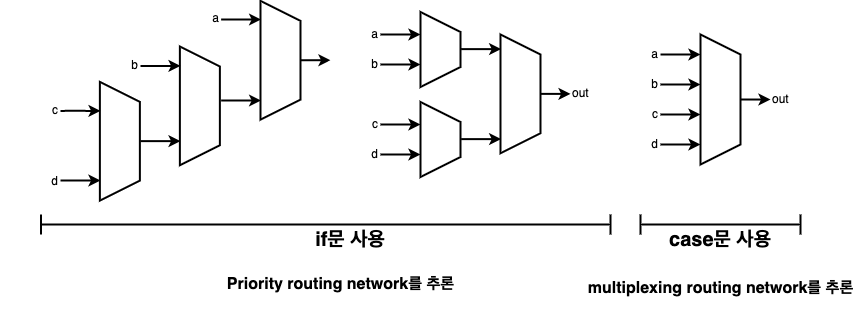
ParkDongho/ParkDongho.github.io keeps this draw.io diagram as assets/images/2021-12-21-verilogHDL_chapter3_combinational_logic/시스템_반도체_설계_3장-figure_10.drawio.png. Above is the earlier version. Source tidied: cells renumbered, new cells last; positions are measured from the earlier drawing's top-left corner, leaving out a move shared by most shapes.
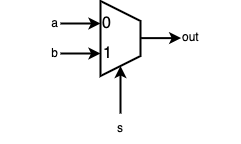
The same file after the commit.

What changed in the source:
```diff
@@ -1,198 +1,48 @@
 <mxGraphModel>
   <root>
-    <mxCell id="0" />
-    <mxCell id="1" parent="0" />
-    <mxCell id="2" style="edgeStyle=orthogonalEdgeStyle;rounded=0;jettySize=auto;html=1;exitX=0.5;exitY=0;exitDx=0;exitDy=0;strokeWidth=2;" parent="1" edge="1" source="3">
-      <mxGeometry relative="1" as="geometry">
-        <mxPoint x="770" y="95.9" as="targetPoint" />
-      </mxGeometry>
-    </mxCell>
-    <mxCell id="3" style="shape=trapezoid;perimeter=trapezoidPerimeter;whiteSpace=wrap;html=1;fixedSize=1;rotation=90;strokeWidth=2;" parent="1" vertex="1">
-      <mxGeometry x="655" y="76" width="130" height="40" as="geometry" />
-    </mxCell>
-    <mxCell id="4" style="edgeStyle=orthogonalEdgeStyle;rounded=0;jettySize=auto;html=1;exitX=1;exitY=0.5;exitDx=0;exitDy=0;strokeWidth=2;" parent="1" edge="1" source="5">
-      <mxGeometry relative="1" as="geometry">
-        <mxPoint x="700" y="51" as="targetPoint" />
-      </mxGeometry>
-    </mxCell>
-    <mxCell id="5" value="a" style="text;html=1;strokeColor=none;fillColor=none;align=right;verticalAlign=middle;whiteSpace=wrap;rounded=0;" parent="1" vertex="1">
-      <mxGeometry x="600" y="36" width="60" height="30" as="geometry" />
-    </mxCell>
-    <mxCell id="6" style="edgeStyle=orthogonalEdgeStyle;rounded=0;jettySize=auto;html=1;exitX=1;exitY=0.5;exitDx=0;exitDy=0;strokeWidth=2;" parent="1" edge="1" source="7">
-      <mxGeometry relative="1" as="geometry">
-        <mxPoint x="700" y="81" as="targetPoint" />
-      </mxGeometry>
-    </mxCell>
-    <mxCell id="7" value="b" style="text;html=1;strokeColor=none;fillColor=none;align=right;verticalAlign=middle;whiteSpace=wrap;rounded=0;" parent="1" vertex="1">
-      <mxGeometry x="600" y="66" width="60" height="30" as="geometry" />
-    </mxCell>
-    <mxCell id="8" style="edgeStyle=orthogonalEdgeStyle;rounded=0;jettySize=auto;html=1;exitX=1;exitY=0.5;exitDx=0;exitDy=0;strokeWidth=2;" parent="1" edge="1" source="9">
-      <mxGeometry relative="1" as="geometry">
-        <mxPoint x="700" y="111" as="targetPoint" />
-      </mxGeometry>
-    </mxCell>
-    <mxCell id="9" value="c" style="text;html=1;strokeColor=none;fillColor=none;align=right;verticalAlign=middle;whiteSpace=wrap;rounded=0;" parent="1" vertex="1">
-      <mxGeometry x="600" y="96" width="60" height="30" as="geometry" />
-    </mxCell>
-    <mxCell id="10" style="edgeStyle=orthogonalEdgeStyle;rounded=0;jettySize=auto;html=1;exitX=1;exitY=0.5;exitDx=0;exitDy=0;strokeWidth=2;" parent="1" edge="1" source="11">
-      <mxGeometry relative="1" as="geometry">
-        <mxPoint x="700" y="141" as="targetPoint" />
-      </mxGeometry>
-    </mxCell>
-    <mxCell id="11" value="d" style="text;html=1;strokeColor=none;fillColor=none;align=right;verticalAlign=middle;whiteSpace=wrap;rounded=0;" parent="1" vertex="1">
-      <mxGeometry x="600" y="126" width="60" height="30" as="geometry" />
-    </mxCell>
+    <mxCell id="48" />
+    <mxCell id="49" parent="48" />
-    <mxCell id="12" style="shape=trapezoid;perimeter=trapezoidPerimeter;whiteSpace=wrap;html=1;fixedSize=1;rotation=90;strokeWidth=2;" parent="1" vertex="1">
+    <mxCell id="12" style="shape=trapezoid;perimeter=trapezoidPerimeter;whiteSpace=wrap;html=1;fixedSize=1;rotation=90;strokeWidth=2;" parent="49" vertex="1">
       <mxGeometry x="402.5" y="26" width="75" height="40" as="geometry" />
     </mxCell>
-    <mxCell id="13" style="edgeStyle=orthogonalEdgeStyle;rounded=0;jettySize=auto;html=1;exitX=1;exitY=0.5;exitDx=0;exitDy=0;strokeWidth=2;" parent="1" edge="1" source="14">
-      <mxGeometry relative="1" as="geometry">
-        <mxPoint x="420" y="31" as="targetPoint" />
-      </mxGeometry>
-    </mxCell>
+    <mxCell id="50" style="edgeStyle=orthogonalEdgeStyle;rounded=0;jettySize=auto;html=1;exitX=1;exitY=0.5;exitDx=0;exitDy=0;strokeWidth=2;" parent="49" edge="1" source="14">
+      <mxGeometry relative="1" as="geometry">
+        <mxPoint x="420" y="31" as="targetPoint" />
+      </mxGeometry>
+    </mxCell>
-    <mxCell id="14" value="a" style="text;html=1;strokeColor=none;fillColor=none;align=right;verticalAlign=middle;whiteSpace=wrap;rounded=0;" parent="1" vertex="1">
+    <mxCell id="14" value="a" style="text;html=1;strokeColor=none;fillColor=none;align=right;verticalAlign=middle;whiteSpace=wrap;rounded=0;" parent="49" vertex="1">
       <mxGeometry x="320" y="16" width="60" height="30" as="geometry" />
     </mxCell>
-    <mxCell id="15" style="edgeStyle=orthogonalEdgeStyle;rounded=0;jettySize=auto;html=1;exitX=1;exitY=0.5;exitDx=0;exitDy=0;strokeWidth=2;" parent="1" edge="1" source="16">
-      <mxGeometry relative="1" as="geometry">
-        <mxPoint x="420" y="61" as="targetPoint" />
-      </mxGeometry>
-    </mxCell>
+    <mxCell id="51" style="edgeStyle=orthogonalEdgeStyle;rounded=0;jettySize=auto;html=1;exitX=1;exitY=0.5;exitDx=0;exitDy=0;strokeWidth=2;" parent="49" edge="1" source="16">
+      <mxGeometry relative="1" as="geometry">
+        <mxPoint x="420" y="61" as="targetPoint" />
+      </mxGeometry>
+    </mxCell>
-    <mxCell id="16" value="b" style="text;html=1;strokeColor=none;fillColor=none;align=right;verticalAlign=middle;whiteSpace=wrap;rounded=0;" parent="1" vertex="1">
+    <mxCell id="16" value="b" style="text;html=1;strokeColor=none;fillColor=none;align=right;verticalAlign=middle;whiteSpace=wrap;rounded=0;" parent="49" vertex="1">
       <mxGeometry x="320" y="46" width="60" height="30" as="geometry" />
     </mxCell>
-    <mxCell id="17" style="edgeStyle=orthogonalEdgeStyle;rounded=0;jettySize=auto;html=1;exitX=1;exitY=0.5;exitDx=0;exitDy=0;strokeWidth=2;" parent="1" edge="1" source="18">
-      <mxGeometry relative="1" as="geometry">
-        <mxPoint x="420" y="121" as="targetPoint" />
-      </mxGeometry>
-    </mxCell>
-    <mxCell id="18" value="c" style="text;html=1;strokeColor=none;fillColor=none;align=right;verticalAlign=middle;whiteSpace=wrap;rounded=0;" parent="1" vertex="1">
-      <mxGeometry x="320" y="106" width="60" height="30" as="geometry" />
-    </mxCell>
-    <mxCell id="19" style="edgeStyle=orthogonalEdgeStyle;rounded=0;jettySize=auto;html=1;exitX=1;exitY=0.5;exitDx=0;exitDy=0;strokeWidth=2;" parent="1" edge="1" source="20">
-      <mxGeometry relative="1" as="geometry">
-        <mxPoint x="420" y="151" as="targetPoint" />
-      </mxGeometry>
-    </mxCell>
-    <mxCell id="20" value="d" style="text;html=1;strokeColor=none;fillColor=none;align=right;verticalAlign=middle;whiteSpace=wrap;rounded=0;" parent="1" vertex="1">
-      <mxGeometry x="320" y="136" width="60" height="30" as="geometry" />
-    </mxCell>
-    <mxCell id="21" style="shape=trapezoid;perimeter=trapezoidPerimeter;whiteSpace=wrap;html=1;fixedSize=1;rotation=90;strokeWidth=2;" parent="1" vertex="1">
-      <mxGeometry x="402.5" y="116" width="75" height="40" as="geometry" />
-    </mxCell>
-    <mxCell id="22" style="edgeStyle=orthogonalEdgeStyle;rounded=0;orthogonalLoop=1;jettySize=auto;html=1;exitX=1;exitY=0.5;exitDx=0;exitDy=0;strokeWidth=2;" parent="1" edge="1">
-      <mxGeometry relative="1" as="geometry">
-        <mxPoint x="460.6" y="45.6" as="sourcePoint" />
-        <mxPoint x="500.6" y="45.6" as="targetPoint" />
-      </mxGeometry>
-    </mxCell>
-    <mxCell id="23" style="edgeStyle=orthogonalEdgeStyle;rounded=0;orthogonalLoop=1;jettySize=auto;html=1;exitX=1;exitY=0.5;exitDx=0;exitDy=0;strokeWidth=2;" parent="1" edge="1">
-      <mxGeometry relative="1" as="geometry">
-        <mxPoint x="460.6" y="135.6" as="sourcePoint" />
-        <mxPoint x="500.6" y="135.6" as="targetPoint" />
-      </mxGeometry>
-    </mxCell>
-    <mxCell id="24" style="edgeStyle=orthogonalEdgeStyle;rounded=0;jettySize=auto;html=1;exitX=0.5;exitY=0;exitDx=0;exitDy=0;strokeWidth=2;" parent="1" edge="1" source="25">
-      <mxGeometry relative="1" as="geometry">
-        <mxPoint x="570" y="90.3" as="targetPoint" />
-      </mxGeometry>
-    </mxCell>
-    <mxCell id="25" style="shape=trapezoid;perimeter=trapezoidPerimeter;whiteSpace=wrap;html=1;fixedSize=1;rotation=90;strokeWidth=2;" parent="1" vertex="1">
-      <mxGeometry x="460.6" y="70.4" width="118.8" height="40" as="geometry" />
-    </mxCell>
-    <mxCell id="26" value="out" style="text;html=1;strokeColor=none;fillColor=none;align=left;verticalAlign=middle;whiteSpace=wrap;rounded=0;" parent="1" vertex="1">
-      <mxGeometry x="770" y="81" width="60" height="30" as="geometry" />
-    </mxCell>
-    <mxCell id="27" value="out" style="text;html=1;strokeColor=none;fillColor=none;align=left;verticalAlign=middle;whiteSpace=wrap;rounded=0;" parent="1" vertex="1">
-      <mxGeometry x="570" y="75.4" width="60" height="30" as="geometry" />
-    </mxCell>
-    <mxCell id="28" style="edgeStyle=orthogonalEdgeStyle;rounded=0;orthogonalLoop=1;jettySize=auto;html=1;exitX=1;exitY=0.5;exitDx=0;exitDy=0;strokeWidth=2;" parent="1" edge="1">
-      <mxGeometry relative="1" as="geometry">
-        <mxPoint x="220.6" y="16" as="sourcePoint" />
-        <mxPoint x="260.6" y="16" as="targetPoint" />
-      </mxGeometry>
-    </mxCell>
-    <mxCell id="29" style="edgeStyle=orthogonalEdgeStyle;rounded=0;orthogonalLoop=1;jettySize=auto;html=1;exitX=1;exitY=0.5;exitDx=0;exitDy=0;strokeWidth=2;" parent="1" edge="1">
-      <mxGeometry relative="1" as="geometry">
-        <mxPoint x="220.6" y="97" as="sourcePoint" />
-        <mxPoint x="260.6" y="97" as="targetPoint" />
-      </mxGeometry>
-    </mxCell>
-    <mxCell id="30" style="edgeStyle=orthogonalEdgeStyle;rounded=0;jettySize=auto;html=1;exitX=0.5;exitY=0;exitDx=0;exitDy=0;strokeWidth=2;" parent="1" edge="1" source="31">
-      <mxGeometry relative="1" as="geometry">
-        <mxPoint x="330" y="56.7" as="targetPoint" />
-      </mxGeometry>
-    </mxCell>
-    <mxCell id="31" style="shape=trapezoid;perimeter=trapezoidPerimeter;whiteSpace=wrap;html=1;fixedSize=1;rotation=90;strokeWidth=2;" parent="1" vertex="1">
-      <mxGeometry x="220.6" y="36.8" width="118.8" height="40" as="geometry" />
-    </mxCell>
-    <mxCell id="32" style="edgeStyle=orthogonalEdgeStyle;rounded=0;orthogonalLoop=1;jettySize=auto;html=1;exitX=1;exitY=0.5;exitDx=0;exitDy=0;strokeWidth=2;" parent="1" edge="1">
-      <mxGeometry relative="1" as="geometry">
-        <mxPoint x="140" y="137.6" as="sourcePoint" />
-        <mxPoint x="180" y="137.6" as="targetPoint" />
-      </mxGeometry>
-    </mxCell>
-    <mxCell id="33" style="shape=trapezoid;perimeter=trapezoidPerimeter;whiteSpace=wrap;html=1;fixedSize=1;rotation=90;strokeWidth=2;" parent="1" vertex="1">
-      <mxGeometry x="140" y="82.4" width="118.8" height="40" as="geometry" />
-    </mxCell>
-    <mxCell id="34" style="edgeStyle=orthogonalEdgeStyle;rounded=0;orthogonalLoop=1;jettySize=auto;html=1;exitX=1;exitY=0.5;exitDx=0;exitDy=0;strokeWidth=2;" parent="1" edge="1">
-      <mxGeometry relative="1" as="geometry">
-        <mxPoint x="60" y="177" as="sourcePoint" />
-        <mxPoint x="100" y="177" as="targetPoint" />
-      </mxGeometry>
-    </mxCell>
-    <mxCell id="35" style="shape=trapezoid;perimeter=trapezoidPerimeter;whiteSpace=wrap;html=1;fixedSize=1;rotation=90;strokeWidth=2;" parent="1" vertex="1">
-      <mxGeometry x="60" y="117.8" width="118.8" height="40" as="geometry" />
-    </mxCell>
-    <mxCell id="36" style="edgeStyle=orthogonalEdgeStyle;rounded=0;orthogonalLoop=1;jettySize=auto;html=1;exitX=1;exitY=0.5;exitDx=0;exitDy=0;strokeWidth=2;" parent="1" edge="1">
-      <mxGeometry relative="1" as="geometry">
-        <mxPoint x="140" y="62.4" as="sourcePoint" />
-        <mxPoint x="180" y="62.4" as="targetPoint" />
-        <Array as="points">
-          <mxPoint x="149.4" y="62.8" />
-          <mxPoint x="149.4" y="62.8" />
-        </Array>
-      </mxGeometry>
-    </mxCell>
-    <mxCell id="37" style="edgeStyle=orthogonalEdgeStyle;rounded=0;orthogonalLoop=1;jettySize=auto;html=1;exitX=1;exitY=0.5;exitDx=0;exitDy=0;strokeWidth=2;" parent="1" edge="1">
-      <mxGeometry relative="1" as="geometry">
-        <mxPoint x="60" y="107.4" as="sourcePoint" />
-        <mxPoint x="100" y="107.4" as="targetPoint" />
-        <Array as="points">
-          <mxPoint x="69.4" y="107.8" />
-          <mxPoint x="69.4" y="107.8" />
-        </Array>
-      </mxGeometry>
-    </mxCell>
-    <mxCell id="38" value="d" style="text;html=1;strokeColor=none;fillColor=none;align=right;verticalAlign=middle;whiteSpace=wrap;rounded=0;" parent="1" vertex="1">
-      <mxGeometry y="162.8" width="60" height="30" as="geometry" />
-    </mxCell>
-    <mxCell id="39" value="c" style="text;html=1;strokeColor=none;fillColor=none;align=right;verticalAlign=middle;whiteSpace=wrap;rounded=0;" parent="1" vertex="1">
-      <mxGeometry y="92.4" width="60" height="30" as="geometry" />
-    </mxCell>
-    <mxCell id="40" value="b" style="text;html=1;strokeColor=none;fillColor=none;align=right;verticalAlign=middle;whiteSpace=wrap;rounded=0;" parent="1" vertex="1">
-      <mxGeometry x="80" y="46.8" width="60" height="30" as="geometry" />
-    </mxCell>
-    <mxCell id="41" value="a" style="text;html=1;strokeColor=none;fillColor=none;align=right;verticalAlign=middle;whiteSpace=wrap;rounded=0;" parent="1" vertex="1">
-      <mxGeometry x="160.6" width="60" height="30" as="geometry" />
-    </mxCell>
-    <mxCell id="42" value="&lt;font style=&quot;font-size: 20px&quot;&gt;if문 사용&lt;/font&gt;" style="text;html=1;strokeColor=none;fillColor=none;align=center;verticalAlign=middle;whiteSpace=wrap;rounded=0;fontStyle=1;fontSize=16;" parent="1" vertex="1">
-      <mxGeometry x="245" y="221" width="210" height="30" as="geometry" />
-    </mxCell>
-    <mxCell id="43" value="case문 사용" style="text;html=1;strokeColor=none;fillColor=none;align=center;verticalAlign=middle;whiteSpace=wrap;rounded=0;fontStyle=1;fontSize=20;" parent="1" vertex="1">
-      <mxGeometry x="620" y="221" width="200" height="30" as="geometry" />
-    </mxCell>
-    <mxCell id="44" style="shape=crossbar;whiteSpace=wrap;html=1;rounded=1;strokeWidth=2;" parent="1" vertex="1">
-      <mxGeometry x="40.6" y="211" width="569.4" height="20" as="geometry" />
-    </mxCell>
-    <mxCell id="45" style="shape=crossbar;whiteSpace=wrap;html=1;rounded=1;strokeWidth=2;" parent="1" vertex="1">
-      <mxGeometry x="640" y="211" width="160" height="20" as="geometry" />
-    </mxCell>
-    <mxCell id="46" value="Priority&amp;nbsp;routing network를 추론" style="text;strokeColor=none;fillColor=none;html=1;fontSize=16;fontStyle=1;verticalAlign=middle;align=center;" parent="1" vertex="1">
-      <mxGeometry x="210" y="261" width="260" height="40" as="geometry" />
-    </mxCell>
-    <mxCell id="47" value="multiplexing routing network를 추론" style="text;strokeColor=none;fillColor=none;html=1;fontSize=16;fontStyle=1;verticalAlign=middle;align=center;" parent="1" vertex="1">
-      <mxGeometry x="590" y="265" width="260" height="40" as="geometry" />
-    </mxCell>
+    <mxCell id="52" style="edgeStyle=orthogonalEdgeStyle;rounded=0;orthogonalLoop=1;jettySize=auto;html=1;exitX=1;exitY=0.5;exitDx=0;exitDy=0;strokeWidth=2;" parent="49" edge="1">
+      <mxGeometry relative="1" as="geometry">
+        <mxPoint x="460.6" y="45.6" as="sourcePoint" />
+        <mxPoint x="500.6" y="45.6" as="targetPoint" />
+      </mxGeometry>
+    </mxCell>
+    <mxCell id="53" value="out" style="text;html=1;strokeColor=none;fillColor=none;align=left;verticalAlign=middle;whiteSpace=wrap;rounded=0;" parent="49" vertex="1">
+      <mxGeometry x="500" y="30" width="60" height="30" as="geometry" />
+    </mxCell>
+    <mxCell id="54" style="endArrow=classic;html=1;rounded=0;labelBackgroundColor=default;fontSize=16;fontColor=default;strokeColor=default;strokeWidth=2;fillColor=#FFFFFF;entryX=1;entryY=0.5;entryDx=0;entryDy=0;" parent="49" edge="1" target="12">
+      <mxGeometry relative="1" as="geometry">
+        <mxPoint x="440" y="121" as="sourcePoint" />
+      </mxGeometry>
+    </mxCell>
+    <mxCell id="55" value="s" style="text;html=1;strokeColor=none;fillColor=none;align=center;verticalAlign=middle;whiteSpace=wrap;rounded=0;" parent="49" vertex="1">
+      <mxGeometry x="410" y="121" width="60" height="30" as="geometry" />
+    </mxCell>
+    <mxCell id="56" value="0" style="text;html=1;strokeColor=none;fillColor=none;align=left;verticalAlign=middle;whiteSpace=wrap;rounded=0;fontSize=16;fontColor=default;" parent="49" vertex="1">
+      <mxGeometry x="419.5" y="16" width="60" height="30" as="geometry" />
+    </mxCell>
+    <mxCell id="57" value="1" style="text;html=1;strokeColor=none;fillColor=none;align=left;verticalAlign=middle;whiteSpace=wrap;rounded=0;fontSize=16;fontColor=default;" parent="49" vertex="1">
+      <mxGeometry x="420.5" y="46" width="60" height="30" as="geometry" />
+    </mxCell>
   </root>
 </mxGraphModel>
```
